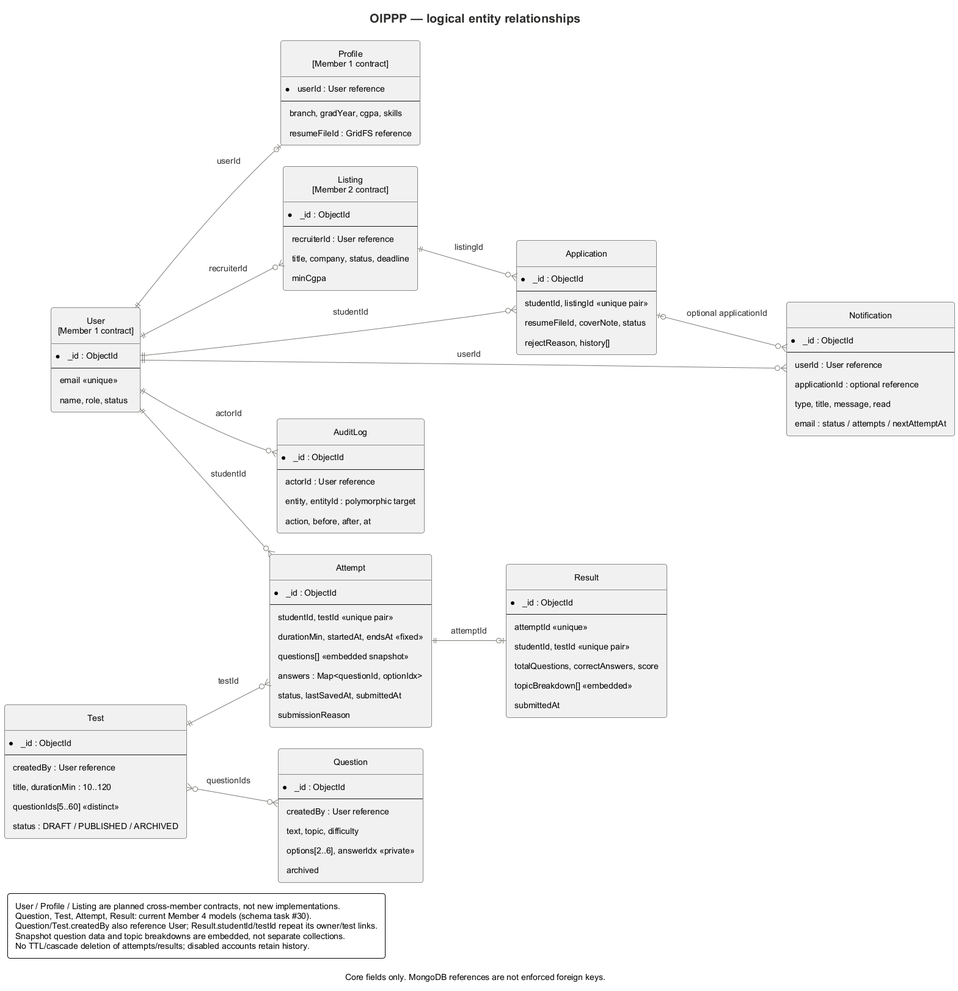
The PlantUML diagram docs/other-docs/diagrams/er.png in Online-Internship-Placement-Prep-Portal/OIPPP, before a commit. Its diagram source:
```plantuml
@startuml er
!include diagram-style.puml
hide circle
left to right direction
title OIPPP — logical entity relationships
caption Core fields only. MongoDB references are not enforced foreign keys.
entity "User\n[Member 1 contract]" as User {
  *_id : ObjectId
  --
  email <<unique>>
  name, role, status
}
entity "Profile\n[Member 1 contract]" as Profile {
  *userId : User reference
  --
  branch, gradYear, cgpa, skills
  resumeFileId : GridFS reference
}
entity "Listing\n[Member 2 contract]" as Listing {
  *_id : ObjectId
  --
  recruiterId : User reference
  title, company, status, deadline
  minCgpa
}
entity Application {
  *_id : ObjectId
  --
  studentId, listingId <<unique pair>>
  resumeFileId, coverNote, status
  rejectReason, history[]
}
entity Notification {
  *_id : ObjectId
  --
  userId : User reference
  applicationId : optional reference
  type, title, message, read
  email : status / attempts / nextAttemptAt
}
entity AuditLog {
  *_id : ObjectId
  --
  actorId : User reference
  entity, entityId : polymorphic target
  action, before, after, at
}
entity Question {
  *_id : ObjectId
  --
  createdBy : User reference
  text, topic, difficulty
  options[2..6], answerIdx <<private>>
  archived
}
entity Test {
  *_id : ObjectId
  --
  createdBy : User reference
  title, durationMin : 10..120
  questionIds[5..60] <<distinct>>
  status : DRAFT / PUBLISHED / ARCHIVED
}
entity Attempt {
  *_id : ObjectId
  --
  studentId, testId <<unique pair>>
  durationMin, startedAt, endsAt <<fixed>>
  questions[] <<embedded snapshot>>
  answers : Map<questionId, optionIdx>
  status, lastSavedAt, submittedAt
  submissionReason
}
entity Result {
  *_id : ObjectId
  --
  attemptId <<unique>>
  studentId, testId <<unique pair>>
  totalQuestions, correctAnswers, score
  topicBreakdown[] <<embedded>>
  submittedAt
}
User ||--o| Profile : userId
User ||--o{ Listing : recruiterId
User ||--o{ Application : studentId
Listing ||--o{ Application : listingId
User ||--o{ Notification : userId
Application |o--o{ Notification : optional applicationId
User ||--o{ AuditLog : actorId
User ||--o{ Attempt : studentId
Test }o--o{ Question : questionIds
Test ||--o{ Attempt : testId
Attempt ||--o| Result : attemptId
legend bottom left
  User / Profile / Listing are planned cross-member contracts, not new implementations.
  Question, Test, Attempt, Result: current Member 4 models (schema task #30).
  Question/Test.createdBy also reference User; Result.studentId/testId repeat its owner/test links.
  Snapshot question data and topic breakdowns are embedded, not separate collections.
  No TTL/cascade deletion of attempts/results; disabled accounts retain history.
endlegend
@enduml
```
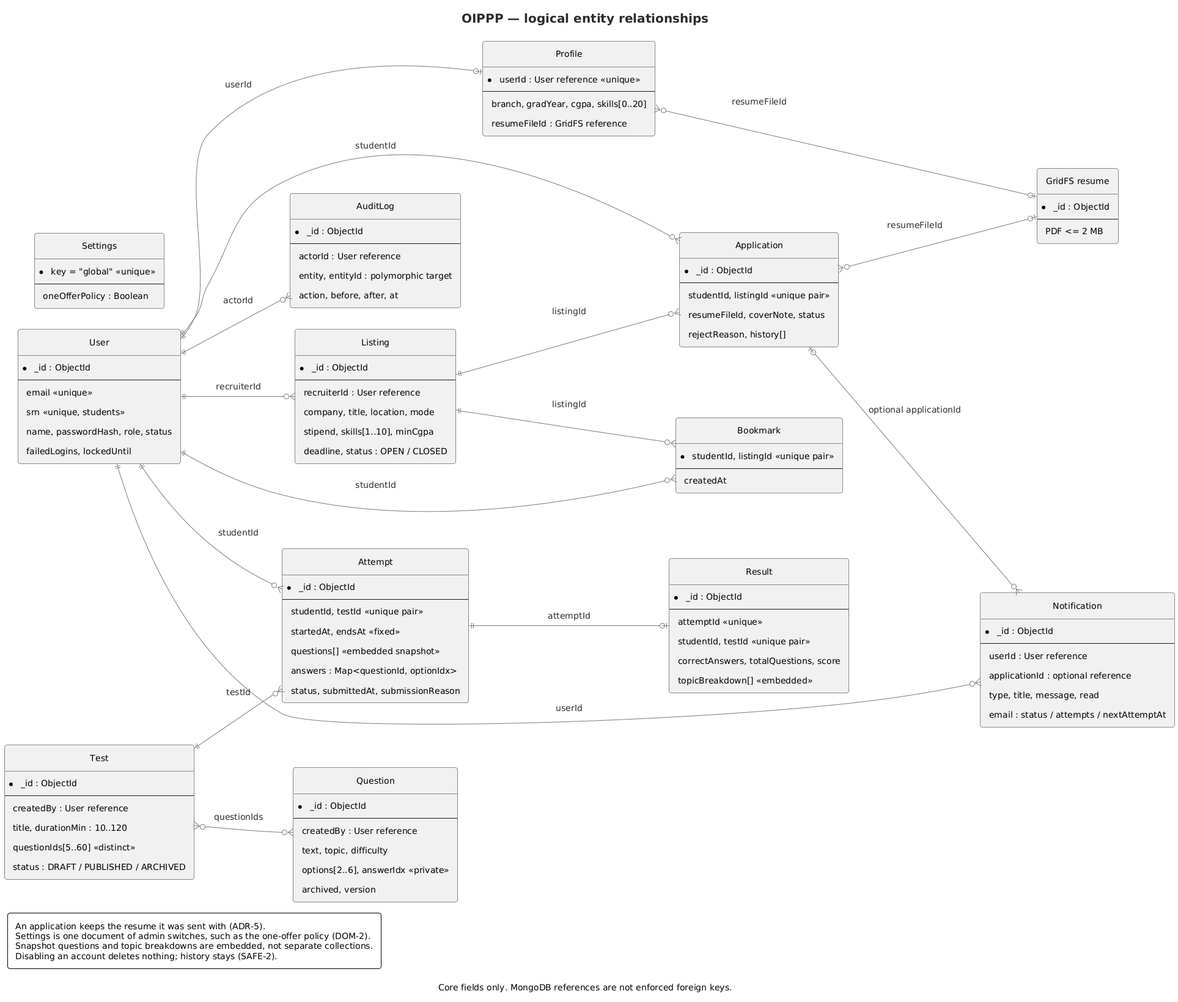
Later version of the same file.

Change to the diagram source:
```diff
@@ -4,24 +4,42 @@
 left to right direction
 title OIPPP — logical entity relationships
 caption Core fields only. MongoDB references are not enforced foreign keys.
-entity "User\n[Member 1 contract]" as User {
+entity User {
   *_id : ObjectId
   --
   email <<unique>>
-  name, role, status
+  srn <<unique, students>>
+  name, passwordHash, role, status
+  failedLogins, lockedUntil
 }
-entity "Profile\n[Member 1 contract]" as Profile {
-  *userId : User reference
+entity Profile {
+  *userId : User reference <<unique>>
   --
-  branch, gradYear, cgpa, skills
+  branch, gradYear, cgpa, skills[0..20]
   resumeFileId : GridFS reference
 }
-entity "Listing\n[Member 2 contract]" as Listing {
+entity "GridFS resume" as Resume {
+  *_id : ObjectId
+  --
+  PDF <= 2 MB
+}
+entity Settings {
+  *key = "global" <<unique>>
+  --
+  oneOfferPolicy : Boolean
+}
+entity Listing {
   *_id : ObjectId
   --
   recruiterId : User reference
-  title, company, status, deadline
-  minCgpa
+  company, title, location, mode
+  stipend, skills[1..10], minCgpa
+  deadline, status : OPEN / CLOSED
+}
+entity Bookmark {
+  *studentId, listingId <<unique pair>>
+  --
+  createdAt
 }
 entity Application {
   *_id : ObjectId
@@ -51,7 +69,7 @@
   createdBy : User reference
   text, topic, difficulty
   options[2..6], answerIdx <<private>>
-  archived
+  archived, version
 }
 entity Test {
   *_id : ObjectId
@@ -65,25 +83,27 @@
   *_id : ObjectId
   --
   studentId, testId <<unique pair>>
-  durationMin, startedAt, endsAt <<fixed>>
+  startedAt, endsAt <<fixed>>
   questions[] <<embedded snapshot>>
   answers : Map<questionId, optionIdx>
-  status, lastSavedAt, submittedAt
-  submissionReason
+  status, submittedAt, submissionReason
 }
 entity Result {
   *_id : ObjectId
   --
   attemptId <<unique>>
   studentId, testId <<unique pair>>
-  totalQuestions, correctAnswers, score
+  correctAnswers, totalQuestions, score
   topicBreakdown[] <<embedded>>
-  submittedAt
 }
 User ||--o| Profile : userId
+Profile }o--o| Resume : resumeFileId
 User ||--o{ Listing : recruiterId
+User ||--o{ Bookmark : studentId
+Listing ||--o{ Bookmark : listingId
 User ||--o{ Application : studentId
 Listing ||--o{ Application : listingId
+Application }o--o| Resume : resumeFileId
 User ||--o{ Notification : userId
 Application |o--o{ Notification : optional applicationId
 User ||--o{ AuditLog : actorId
@@ -92,10 +112,9 @@
 Test ||--o{ Attempt : testId
 Attempt ||--o| Result : attemptId
 legend bottom left
-  User / Profile / Listing are planned cross-member contracts, not new implementations.
-  Question, Test, Attempt, Result: current Member 4 models (schema task #30).
-  Question/Test.createdBy also reference User; Result.studentId/testId repeat its owner/test links.
-  Snapshot question data and topic breakdowns are embedded, not separate collections.
-  No TTL/cascade deletion of attempts/results; disabled accounts retain history.
+  An application keeps the resume it was sent with (ADR-5).
+  Settings is one document of admin switches, such as the one-offer policy (DOM-2).
+  Snapshot questions and topic breakdowns are embedded, not separate collections.
+  Disabling an account deletes nothing; history stays (SAFE-2).
 endlegend
 @enduml
```
